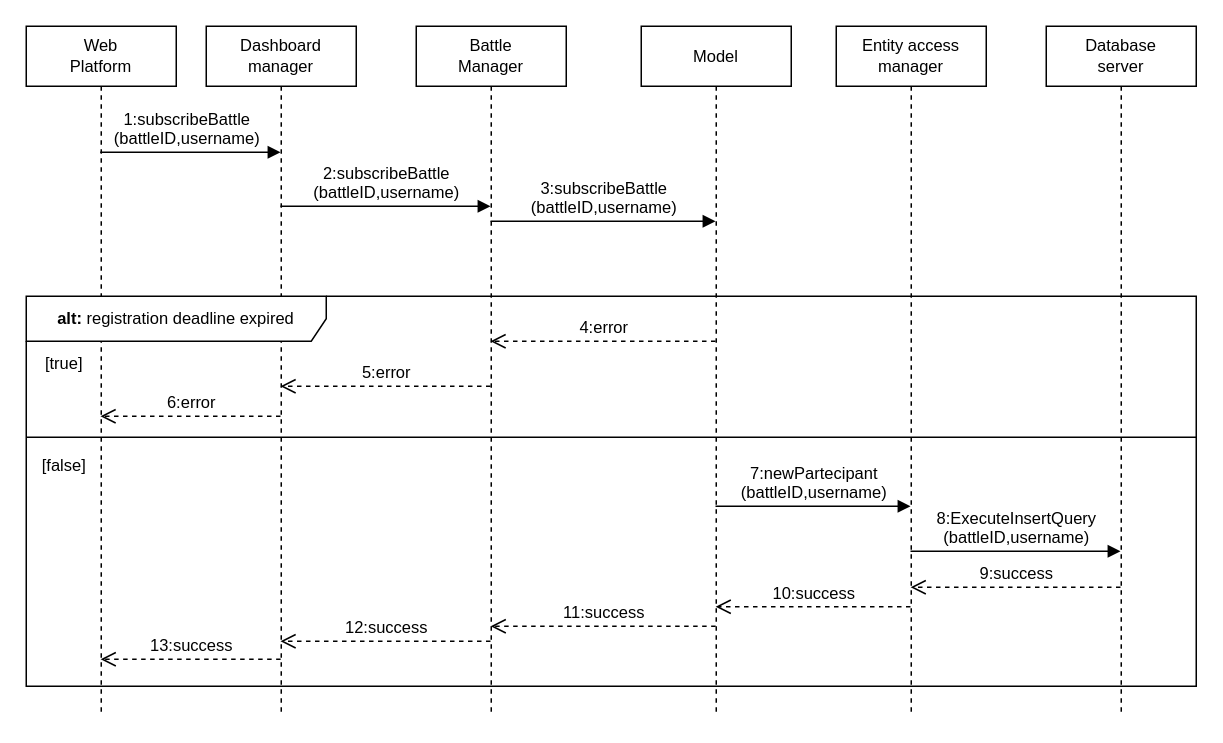
Earlier version of the draw.io diagram page "EnrollBattle" (10 of 18) of diagrams/Runtime diagrams/RuntimeDiagrams.drawio (mttcrn/software-engineering-II-project). Source tidied: cells renumbered, new cells numbered last; positions are measured from the earlier drawing's top-left corner, leaving out a move shared by most shapes. Both pictures are drawn from the tidied source at 150%, with x=0, y=0 at pixel (26, 26).
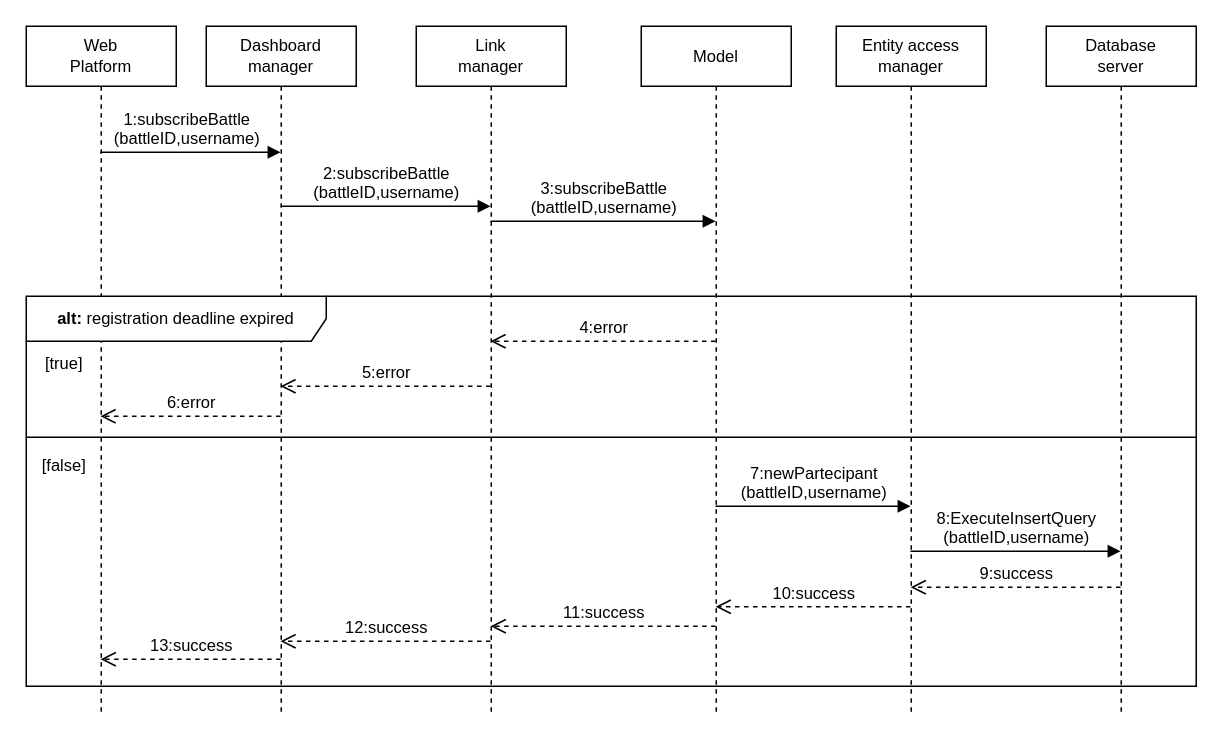
The same page after the edit.

The edit, as a diff of the source:
```diff
@@
-    <mxCell id="6" value="Battle&lt;br style=&quot;font-size: 11px;&quot;&gt;Manager" style="shape=umlLifeline;perimeter=lifelinePerimeter;whiteSpace=wrap;html=1;outlineConnect=0;portConstraint=eastwest;newEdgeStyle={&quot;curved&quot;:0,&quot;rounded&quot;:0};fontSize=11;" parent="1" vertex="1">
+    <mxCell id="6" value="Link&lt;br&gt;manager" style="shape=umlLifeline;perimeter=lifelinePerimeter;whiteSpace=wrap;html=1;outlineConnect=0;portConstraint=eastwest;newEdgeStyle={&quot;curved&quot;:0,&quot;rounded&quot;:0};fontSize=11;" parent="1" vertex="1">
       <mxGeometry x="260" width="100" height="460" as="geometry" />
     </mxCell>
```
